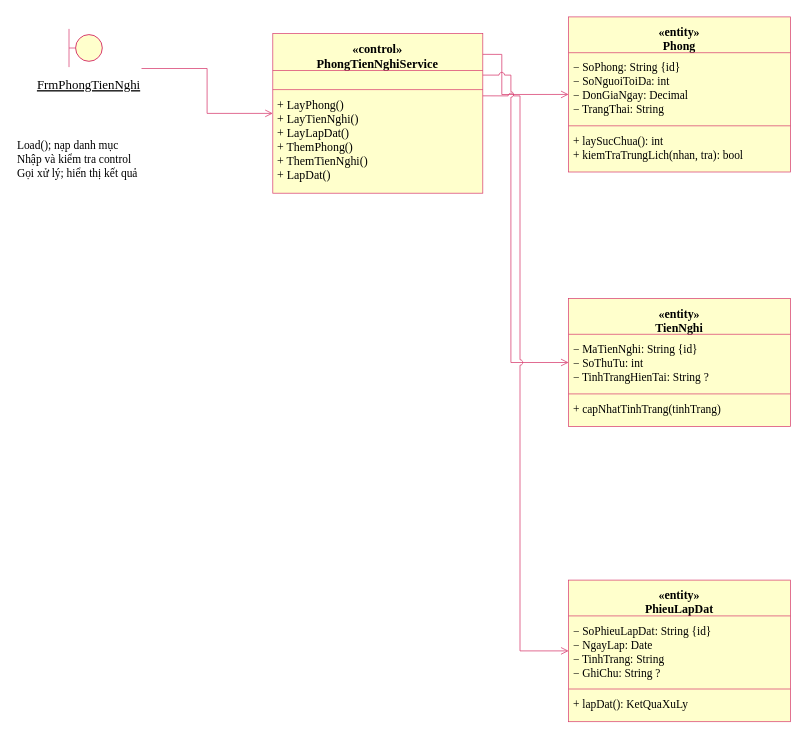
This is LAB3/UML/17_ChucNangPhongTienNghi.drawio from kanishere55/LAB_AT_OOSD, a draw.io file, before an edit. Source tidied: cells renumbered, new cells numbered last; positions are measured from the earlier drawing's top-left corner, leaving out a move shared by most shapes. Both pictures are drawn from the tidied source at 100%, with x=0, y=0 at pixel (17, 16).
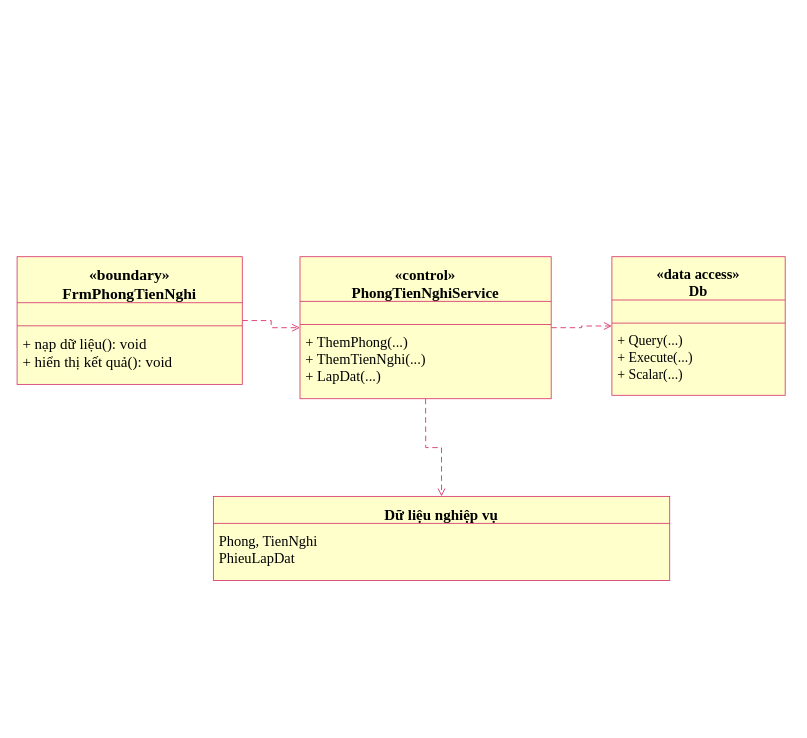
After the change.

The edit, as a diff of the source:
```diff
@@
-    <mxCell id="2" style="group;html=0;" parent="1" vertex="1">
-      <mxGeometry x="19" y="16.2" width="105" height="71.6" as="geometry" />
-    </mxCell>
+    <mxCell id="39" style="group;html=0;" parent="1" vertex="1">
+      <mxGeometry x="-0.4" y="240.2" width="225.2" height="127.7" as="geometry" />
+    </mxCell>
-    <mxCell id="3" style="shape=ellipse;fillColor=#ffffcc;strokeColor=#d83d70;" parent="2" vertex="1">
-      <mxGeometry x="39.1" y="1.9" width="26.7" height="26.7" as="geometry" />
+    <mxCell id="3" style="rounded=0;arcSize=12;html=0;fillColor=#FFFFCC;strokeColor=#D83D70;strokeWidth=0.866;" parent="39" vertex="1">
+      <mxGeometry width="225.2" height="127.7" as="geometry" />
     </mxCell>
-    <mxCell id="4" style="edgeStyle=none;noEdgeStyle=1;rounded=0;strokeColor=#d83d70;strokeWidth=0.716;endArrow=none;startArrow=none;" parent="2" edge="1">
-      <mxGeometry relative="1" as="geometry">
-        <mxPoint x="32.5" y="-3.8" as="sourcePoint" />
-        <mxPoint x="32.5" y="34.4" as="targetPoint" />
-      </mxGeometry>
+    <mxCell id="4" value="«boundary»&#10;FrmPhongTienNghi" style="text;html=0;strokeColor=none;fillColor=none;fontFamily=Times New Roman;fontColor=#000000;fontSize=15.593;fontStyle=1;align=center;verticalAlign=top;spacing=0;whiteSpace=nowrap;overflow=visible;" parent="39" vertex="1">
+      <mxGeometry x="43.8" y="4.6" width="137.7" height="39.7" as="geometry" />
     </mxCell>
-    <mxCell id="5" style="edgeStyle=none;noEdgeStyle=1;rounded=0;strokeColor=#d83d70;strokeWidth=0.716;endArrow=none;startArrow=none;" parent="2" edge="1">
+    <mxCell id="5" style="edgeStyle=none;noEdgeStyle=1;rounded=0;strokeColor=#D83D70;strokeWidth=0.866;endArrow=none;startArrow=none;" parent="39" edge="1">
       <mxGeometry relative="1" as="geometry">
-        <mxPoint x="32.5" y="15.3" as="sourcePoint" />
-        <mxPoint x="39.1" y="15.3" as="targetPoint" />
+        <mxPoint y="46" as="sourcePoint" />
+        <mxPoint x="225.2" y="46" as="targetPoint" />
       </mxGeometry>
     </mxCell>
-    <mxCell id="6" value="FrmPhongTienNghi" style="text;html=0;strokeColor=none;fillColor=none;fontFamily=Times New Roman;fontColor=#000000;fontSize=12.886;fontStyle=4;align=center;verticalAlign=top;spacing=0;whiteSpace=nowrap;overflow=visible;" parent="2" vertex="1">
-      <mxGeometry x="-0.8" y="40.1" width="106.7" height="17.6" as="geometry" />
+    <mxCell id="6" style="edgeStyle=none;noEdgeStyle=1;rounded=0;strokeColor=#D83D70;strokeWidth=0.866;endArrow=none;startArrow=none;" parent="39" edge="1">
+      <mxGeometry relative="1" as="geometry">
+        <mxPoint y="69.1" as="sourcePoint" />
+        <mxPoint x="225.2" y="69.1" as="targetPoint" />
+      </mxGeometry>
     </mxCell>
-    <mxCell id="7" value="Load(); nạp danh mục&#10;Nhập và kiểm tra control&#10;Gọi xử lý; hiển thị kết quả" style="text;html=0;strokeColor=none;fillColor=none;fontFamily=Times New Roman;fontColor=#000000;fontSize=11.454;fontStyle=0;align=left;verticalAlign=top;spacing=0;whiteSpace=nowrap;overflow=visible;" parent="1" vertex="1">
-      <mxGeometry x="-0.1" y="117.4" width="124" height="42.9" as="geometry" />
+    <mxCell id="7" value="+ nạp dữ liệu(): void&#10;+ hiển thị kết quả(): void" style="text;html=0;strokeColor=none;fillColor=none;fontFamily=Times New Roman;fontColor=#000000;fontSize=15.016;fontStyle=0;align=left;verticalAlign=top;spacing=0;whiteSpace=nowrap;overflow=visible;" parent="39" vertex="1">
+      <mxGeometry x="5.8" y="73.8" width="153.5" height="38.3" as="geometry" />
     </mxCell>
-    <mxCell id="8" style="group;html=0;" parent="1" vertex="1">
-      <mxGeometry x="255.3" y="17.1" width="210" height="159.6" as="geometry" />
-    </mxCell>
+    <mxCell id="40" style="group;html=0;" parent="1" vertex="1">
+      <mxGeometry x="282.5" y="240.2" width="251.2" height="142" as="geometry" />
+    </mxCell>
-    <mxCell id="9" style="rounded=0;arcSize=12;html=0;fillColor=#ffffcc;strokeColor=#d83d70;strokeWidth=0.716;" parent="8" vertex="1">
-      <mxGeometry width="210" height="159.6" as="geometry" />
+    <mxCell id="9" style="rounded=0;arcSize=12;html=0;fillColor=#FFFFCC;strokeColor=#D83D70;strokeWidth=0.866;" parent="40" vertex="1">
+      <mxGeometry width="251.2" height="142" as="geometry" />
     </mxCell>
-    <mxCell id="10" value="«control»&#10;PhongTienNghiService" style="text;html=0;strokeColor=none;fillColor=none;fontFamily=Times New Roman;fontColor=#000000;fontSize=12.408;fontStyle=1;align=center;verticalAlign=top;spacing=0;whiteSpace=nowrap;overflow=visible;" parent="8" vertex="1">
-      <mxGeometry x="42.5" y="3.8" width="124.9" height="31.7" as="geometry" />
+    <mxCell id="10" value="«control»&#10;PhongTienNghiService" style="text;html=0;strokeColor=none;fillColor=none;fontFamily=Times New Roman;fontColor=#000000;fontSize=15.016;fontStyle=1;align=center;verticalAlign=top;spacing=0;whiteSpace=nowrap;overflow=visible;" parent="40" vertex="1">
+      <mxGeometry x="50" y="4.6" width="151.2" height="38.3" as="geometry" />
     </mxCell>
-    <mxCell id="11" style="edgeStyle=none;noEdgeStyle=1;rounded=0;strokeColor=#d83d70;strokeWidth=0.716;endArrow=none;startArrow=none;" parent="8" edge="1">
+    <mxCell id="11" style="edgeStyle=none;noEdgeStyle=1;rounded=0;strokeColor=#D83D70;strokeWidth=0.866;endArrow=none;startArrow=none;" parent="40" edge="1">
       <mxGeometry relative="1" as="geometry">
-        <mxPoint y="36.9" as="sourcePoint" />
-        <mxPoint x="210" y="36.9" as="targetPoint" />
+        <mxPoint y="44.7" as="sourcePoint" />
+        <mxPoint x="251.2" y="44.7" as="targetPoint" />
       </mxGeometry>
     </mxCell>
-    <mxCell id="12" style="edgeStyle=none;noEdgeStyle=1;rounded=0;strokeColor=#d83d70;strokeWidth=0.716;endArrow=none;startArrow=none;" parent="8" edge="1">
+    <mxCell id="12" style="edgeStyle=none;noEdgeStyle=1;rounded=0;strokeColor=#D83D70;strokeWidth=0.866;endArrow=none;startArrow=none;" parent="40" edge="1">
       <mxGeometry relative="1" as="geometry">
-        <mxPoint y="56" as="sourcePoint" />
-        <mxPoint x="210" y="56" as="targetPoint" />
+        <mxPoint y="67.8" as="sourcePoint" />
+        <mxPoint x="251.2" y="67.8" as="targetPoint" />
       </mxGeometry>
     </mxCell>
-    <mxCell id="13" value="+ LayPhong()&#10;+ LayTienNghi()&#10;+ LayLapDat()&#10;+ ThemPhong()&#10;+ ThemTienNghi()&#10;+ LapDat()" style="text;html=0;strokeColor=none;fillColor=none;fontFamily=Times New Roman;fontColor=#000000;fontSize=11.931;fontStyle=0;align=left;verticalAlign=top;spacing=0;whiteSpace=nowrap;overflow=visible;" parent="8" vertex="1">
-      <mxGeometry x="4.8" y="59.8" width="93.9" height="86.9" as="geometry" />
+    <mxCell id="13" value="+ ThemPhong(...)&#10;+ ThemTienNghi(...)&#10;+ LapDat(...)" style="text;html=0;strokeColor=none;fillColor=none;fontFamily=Times New Roman;fontColor=#000000;fontSize=14.438;fontStyle=0;align=left;verticalAlign=top;spacing=0;whiteSpace=nowrap;overflow=visible;" parent="40" vertex="1">
+      <mxGeometry x="5.8" y="72.4" width="124.4" height="54" as="geometry" />
     </mxCell>
+    <mxCell id="41" style="group;html=0;" parent="1" vertex="1">
+      <mxGeometry x="594.4" y="240.2" width="173.3" height="138.6" as="geometry" />
+    </mxCell>
-    <mxCell id="14" style="edgeStyle=none;noEdgeStyle=1;rounded=0;jumpStyle=arc;jumpSize=6;strokeColor=#d83d70;strokeWidth=0.764;endArrow=open;endFill=0;startArrow=none;startFill=1;exitX=1.0;exitY=0.5;exitPerimeter=0;entryX=0.0;entryY=0.5;entryPerimeter=0;" parent="1" edge="1" source="2" target="8">
-      <mxGeometry relative="1" as="geometry">
-        <Array as="points">
-          <mxPoint x="189.6" y="52" />
-          <mxPoint x="189.6" y="96.9" />
-        </Array>
-      </mxGeometry>
+    <mxCell id="14" style="rounded=0;arcSize=12;html=0;fillColor=#FFFFCC;strokeColor=#D83D70;strokeWidth=0.866;" parent="41" vertex="1">
+      <mxGeometry width="173.3" height="138.6" as="geometry" />
     </mxCell>
-    <mxCell id="15" style="group;html=0;" parent="1" vertex="1">
-      <mxGeometry x="551.1" y="0.4" width="221.9" height="155.1" as="geometry" />
-    </mxCell>
-    <mxCell id="16" style="rounded=0;arcSize=12;html=0;fillColor=#ffffcc;strokeColor=#d83d70;strokeWidth=0.716;" parent="15" vertex="1">
-      <mxGeometry width="221.9" height="155.1" as="geometry" />
+    <mxCell id="16" value="«data access»&#10;Db" style="text;html=0;strokeColor=none;fillColor=none;fontFamily=Times New Roman;fontColor=#000000;fontSize=14.438;fontStyle=1;align=center;verticalAlign=top;spacing=0;whiteSpace=nowrap;overflow=visible;" parent="41" vertex="1">
+      <mxGeometry x="43.5" y="4.6" width="86.3" height="37" as="geometry" />
     </mxCell>
-    <mxCell id="17" value="«entity»&#10;Phong" style="text;html=0;strokeColor=none;fillColor=none;fontFamily=Times New Roman;fontColor=#000000;fontSize=11.931;fontStyle=1;align=center;verticalAlign=top;spacing=0;whiteSpace=nowrap;overflow=visible;" parent="15" vertex="1">
-      <mxGeometry x="89" y="3.8" width="43.9" height="30.5" as="geometry" />
+    <mxCell id="17" style="edgeStyle=none;noEdgeStyle=1;rounded=0;strokeColor=#D83D70;strokeWidth=0.866;endArrow=none;startArrow=none;" parent="41" edge="1">
+      <mxGeometry relative="1" as="geometry">
+        <mxPoint y="43.3" as="sourcePoint" />
+        <mxPoint x="173.3" y="43.3" as="targetPoint" />
+      </mxGeometry>
     </mxCell>
-    <mxCell id="18" style="edgeStyle=none;noEdgeStyle=1;rounded=0;strokeColor=#d83d70;strokeWidth=0.716;endArrow=none;startArrow=none;" parent="15" edge="1">
+    <mxCell id="18" style="edgeStyle=none;noEdgeStyle=1;rounded=0;strokeColor=#D83D70;strokeWidth=0.866;endArrow=none;startArrow=none;" parent="41" edge="1">
       <mxGeometry relative="1" as="geometry">
-        <mxPoint y="35.8" as="sourcePoint" />
-        <mxPoint x="221.9" y="35.8" as="targetPoint" />
+        <mxPoint y="66.4" as="sourcePoint" />
+        <mxPoint x="173.3" y="66.4" as="targetPoint" />
       </mxGeometry>
     </mxCell>
-    <mxCell id="19" value="− SoPhong: String {id}&#10;− SoNguoiToiDa: int&#10;− DonGiaNgay: Decimal&#10;− TrangThai: String" style="text;html=0;strokeColor=none;fillColor=none;fontFamily=Times New Roman;fontColor=#000000;fontSize=11.454;fontStyle=0;align=left;verticalAlign=top;spacing=0;whiteSpace=nowrap;overflow=visible;" parent="15" vertex="1">
-      <mxGeometry x="4.8" y="39.6" width="118.4" height="56.4" as="geometry" />
+    <mxCell id="19" value="+ Query(...)&#10;+ Execute(...)&#10;+ Scalar(...)" style="text;html=0;strokeColor=none;fillColor=none;fontFamily=Times New Roman;fontColor=#000000;fontSize=13.861;fontStyle=0;align=left;verticalAlign=top;spacing=0;whiteSpace=nowrap;overflow=visible;" parent="41" vertex="1">
+      <mxGeometry x="5.8" y="71" width="79.3" height="52" as="geometry" />
     </mxCell>
-    <mxCell id="20" style="edgeStyle=none;noEdgeStyle=1;rounded=0;strokeColor=#d83d70;strokeWidth=0.716;endArrow=none;startArrow=none;" parent="15" edge="1">
+    <mxCell id="20" style="edgeStyle=none;noEdgeStyle=1;rounded=0;jumpStyle=arc;jumpSize=6;strokeColor=#D83D70;strokeWidth=0.924;endArrow=open;endFill=0;startArrow=none;startFill=1;dashed=1;dashPattern=6 4;exitX=1.0;exitY=0.5;exitPerimeter=0;entryX=0.0;entryY=0.5;entryPerimeter=0;" parent="1" edge="1" source="39" target="40">
       <mxGeometry relative="1" as="geometry">
-        <mxPoint y="108.9" as="sourcePoint" />
-        <mxPoint x="221.9" y="108.9" as="targetPoint" />
+        <Array as="points">
+          <mxPoint x="253.7" y="304.1" />
+          <mxPoint x="253.7" y="311.2" />
+        </Array>
       </mxGeometry>
     </mxCell>
-    <mxCell id="21" value="+ laySucChua(): int&#10;+ kiemTraTrungLich(nhan, tra): bool" style="text;html=0;strokeColor=none;fillColor=none;fontFamily=Times New Roman;fontColor=#000000;fontSize=11.454;fontStyle=0;align=left;verticalAlign=top;spacing=0;whiteSpace=nowrap;overflow=visible;" parent="15" vertex="1">
-      <mxGeometry x="4.8" y="112.8" width="174.7" height="29.4" as="geometry" />
+    <mxCell id="21" style="edgeStyle=none;noEdgeStyle=1;rounded=0;jumpStyle=arc;jumpSize=6;strokeColor=#D83D70;strokeWidth=0.924;endArrow=open;endFill=0;startArrow=none;startFill=1;dashed=1;dashPattern=6 4;exitX=1.0;exitY=0.5;exitPerimeter=0;entryX=0.0;entryY=0.5;entryPerimeter=0;" parent="1" edge="1" source="40" target="41">
+      <mxGeometry relative="1" as="geometry">
+        <Array as="points">
+          <mxPoint x="564.1" y="311.2" />
+          <mxPoint x="564.1" y="309.5" />
+        </Array>
+      </mxGeometry>
     </mxCell>
+    <mxCell id="42" style="group;html=0;" parent="1" vertex="1">
+      <mxGeometry x="195.9" y="479.9" width="456.3" height="84.1" as="geometry" />
+    </mxCell>
-    <mxCell id="22" style="edgeStyle=none;noEdgeStyle=1;rounded=0;jumpStyle=arc;jumpSize=6;strokeColor=#d83d70;strokeWidth=0.764;endArrow=open;endFill=0;startArrow=none;startFill=1;exitX=1.0;exitY=0.13;exitPerimeter=0;entryX=0.0;entryY=0.5;entryPerimeter=0;" parent="1" edge="1" source="8" target="15">
-      <mxGeometry relative="1" as="geometry">
-        <Array as="points">
-          <mxPoint x="484.3" y="37.9" />
-          <mxPoint x="484.3" y="78" />
-        </Array>
-      </mxGeometry>
+    <mxCell id="22" style="rounded=0;arcSize=12;html=0;fillColor=#FFFFCC;strokeColor=#D83D70;strokeWidth=0.866;" parent="42" vertex="1">
+      <mxGeometry width="456.3" height="84.1" as="geometry" />
     </mxCell>
-    <mxCell id="23" style="group;html=0;" parent="1" vertex="1">
-      <mxGeometry x="551.1" y="282" width="221.9" height="128" as="geometry" />
-    </mxCell>
-    <mxCell id="24" style="rounded=0;arcSize=12;html=0;fillColor=#ffffcc;strokeColor=#d83d70;strokeWidth=0.716;" parent="23" vertex="1">
-      <mxGeometry width="221.9" height="128" as="geometry" />
+    <mxCell id="24" value="Dữ liệu nghiệp vụ" style="text;html=0;strokeColor=none;fillColor=none;fontFamily=Times New Roman;fontColor=#000000;fontSize=15.016;fontStyle=1;align=center;verticalAlign=top;spacing=0;whiteSpace=nowrap;overflow=visible;" parent="42" vertex="1">
+      <mxGeometry x="169.5" y="4.6" width="117.2" height="20.6" as="geometry" />
     </mxCell>
-    <mxCell id="25" value="«entity»&#10;TienNghi" style="text;html=0;strokeColor=none;fillColor=none;fontFamily=Times New Roman;fontColor=#000000;fontSize=11.931;fontStyle=1;align=center;verticalAlign=top;spacing=0;whiteSpace=nowrap;overflow=visible;" parent="23" vertex="1">
-      <mxGeometry x="85.6" y="3.8" width="50.7" height="30.5" as="geometry" />
+    <mxCell id="25" style="edgeStyle=none;noEdgeStyle=1;rounded=0;strokeColor=#D83D70;strokeWidth=0.866;endArrow=none;startArrow=none;" parent="42" edge="1">
+      <mxGeometry relative="1" as="geometry">
+        <mxPoint y="27" as="sourcePoint" />
+        <mxPoint x="456.3" y="27" as="targetPoint" />
+      </mxGeometry>
     </mxCell>
-    <mxCell id="26" style="edgeStyle=none;noEdgeStyle=1;rounded=0;strokeColor=#d83d70;strokeWidth=0.716;endArrow=none;startArrow=none;" parent="23" edge="1">
-      <mxGeometry relative="1" as="geometry">
-        <mxPoint y="35.8" as="sourcePoint" />
-        <mxPoint x="221.9" y="35.8" as="targetPoint" />
-      </mxGeometry>
+    <mxCell id="26" value="Phong, TienNghi&#10;PhieuLapDat" style="text;html=0;strokeColor=none;fillColor=none;fontFamily=Times New Roman;fontColor=#000000;fontSize=14.438;fontStyle=0;align=left;verticalAlign=top;spacing=0;whiteSpace=nowrap;overflow=visible;" parent="42" vertex="1">
+      <mxGeometry x="5.8" y="31.6" width="102.9" height="37" as="geometry" />
     </mxCell>
-    <mxCell id="27" value="− MaTienNghi: String {id}&#10;− SoThuTu: int&#10;− TinhTrangHienTai: String ?" style="text;html=0;strokeColor=none;fillColor=none;fontFamily=Times New Roman;fontColor=#000000;fontSize=11.454;fontStyle=0;align=left;verticalAlign=top;spacing=0;whiteSpace=nowrap;overflow=visible;" parent="23" vertex="1">
-      <mxGeometry x="4.8" y="39.6" width="141.1" height="42.9" as="geometry" />
+    <mxCell id="27" style="edgeStyle=none;noEdgeStyle=1;rounded=0;jumpStyle=arc;jumpSize=6;strokeColor=#D83D70;strokeWidth=0.924;endArrow=open;endFill=0;startArrow=none;startFill=1;dashed=1;dashPattern=6 4;exitX=0.5;exitY=1.0;exitPerimeter=0;entryX=0.5;entryY=0.0;entryPerimeter=0;" parent="1" edge="1" source="40" target="42">
+      <mxGeometry relative="1" as="geometry">
+        <Array as="points">
+          <mxPoint x="408.2" y="431.1" />
+          <mxPoint x="424" y="431.1" />
+        </Array>
+      </mxGeometry>
     </mxCell>
-    <mxCell id="28" style="edgeStyle=none;noEdgeStyle=1;rounded=0;strokeColor=#d83d70;strokeWidth=0.716;endArrow=none;startArrow=none;" parent="23" edge="1">
-      <mxGeometry relative="1" as="geometry">
-        <mxPoint y="95.4" as="sourcePoint" />
-        <mxPoint x="221.9" y="95.4" as="targetPoint" />
-      </mxGeometry>
-    </mxCell>
-    <mxCell id="29" value="+ capNhatTinhTrang(tinhTrang)" style="text;html=0;strokeColor=none;fillColor=none;fontFamily=Times New Roman;fontColor=#000000;fontSize=11.454;fontStyle=0;align=left;verticalAlign=top;spacing=0;whiteSpace=nowrap;overflow=visible;" parent="23" vertex="1">
-      <mxGeometry x="4.8" y="99.2" width="152.6" height="15.9" as="geometry" />
-    </mxCell>
-    <mxCell id="30" style="edgeStyle=none;noEdgeStyle=1;rounded=0;jumpStyle=arc;jumpSize=6;strokeColor=#d83d70;strokeWidth=0.764;endArrow=open;endFill=0;startArrow=none;startFill=1;exitX=1.0;exitY=0.26;exitPerimeter=0;entryX=0.0;entryY=0.5;entryPerimeter=0;" parent="1" edge="1" source="8" target="23">
-      <mxGeometry relative="1" as="geometry">
-        <Array as="points">
-          <mxPoint x="493.4" y="58.6" />
-          <mxPoint x="493.4" y="346" />
-        </Array>
-      </mxGeometry>
-    </mxCell>
-    <mxCell id="31" style="group;html=0;" parent="1" vertex="1">
-      <mxGeometry x="551.1" y="563.6" width="221.9" height="141.6" as="geometry" />
-    </mxCell>
-    <mxCell id="32" style="rounded=0;arcSize=12;html=0;fillColor=#ffffcc;strokeColor=#d83d70;strokeWidth=0.716;" parent="31" vertex="1">
-      <mxGeometry width="221.9" height="141.6" as="geometry" />
-    </mxCell>
-    <mxCell id="33" value="«entity»&#10;PhieuLapDat" style="text;html=0;strokeColor=none;fillColor=none;fontFamily=Times New Roman;fontColor=#000000;fontSize=11.931;fontStyle=1;align=center;verticalAlign=top;spacing=0;whiteSpace=nowrap;overflow=visible;" parent="31" vertex="1">
-      <mxGeometry x="75.3" y="3.8" width="71.2" height="30.5" as="geometry" />
-    </mxCell>
-    <mxCell id="34" style="edgeStyle=none;noEdgeStyle=1;rounded=0;strokeColor=#d83d70;strokeWidth=0.716;endArrow=none;startArrow=none;" parent="31" edge="1">
-      <mxGeometry relative="1" as="geometry">
-        <mxPoint y="35.8" as="sourcePoint" />
-        <mxPoint x="221.9" y="35.8" as="targetPoint" />
-      </mxGeometry>
-    </mxCell>
-    <mxCell id="35" value="− SoPhieuLapDat: String {id}&#10;− NgayLap: Date&#10;− TinhTrang: String&#10;− GhiChu: String ?" style="text;html=0;strokeColor=none;fillColor=none;fontFamily=Times New Roman;fontColor=#000000;fontSize=11.454;fontStyle=0;align=left;verticalAlign=top;spacing=0;whiteSpace=nowrap;overflow=visible;" parent="31" vertex="1">
-      <mxGeometry x="4.8" y="39.6" width="141.7" height="56.4" as="geometry" />
-    </mxCell>
-    <mxCell id="36" style="edgeStyle=none;noEdgeStyle=1;rounded=0;strokeColor=#d83d70;strokeWidth=0.716;endArrow=none;startArrow=none;" parent="31" edge="1">
-      <mxGeometry relative="1" as="geometry">
-        <mxPoint y="108.9" as="sourcePoint" />
-        <mxPoint x="221.9" y="108.9" as="targetPoint" />
-      </mxGeometry>
-    </mxCell>
-    <mxCell id="37" value="+ lapDat(): KetQuaXuLy" style="text;html=0;strokeColor=none;fillColor=none;fontFamily=Times New Roman;fontColor=#000000;fontSize=11.454;fontStyle=0;align=left;verticalAlign=top;spacing=0;whiteSpace=nowrap;overflow=visible;" parent="31" vertex="1">
-      <mxGeometry x="4.8" y="112.8" width="118.9" height="15.9" as="geometry" />
-    </mxCell>
-    <mxCell id="38" style="edgeStyle=none;noEdgeStyle=1;rounded=0;jumpStyle=arc;jumpSize=6;strokeColor=#d83d70;strokeWidth=0.764;endArrow=open;endFill=0;startArrow=none;startFill=1;exitX=1.0;exitY=0.39;exitPerimeter=0;entryX=0.0;entryY=0.49999999999999983;entryPerimeter=0;" parent="1" edge="1" source="8" target="31">
-      <mxGeometry relative="1" as="geometry">
-        <Array as="points">
-          <mxPoint x="502.5" y="79.4" />
-          <mxPoint x="502.5" y="634.4" />
-        </Array>
-      </mxGeometry>
-    </mxCell>
```
